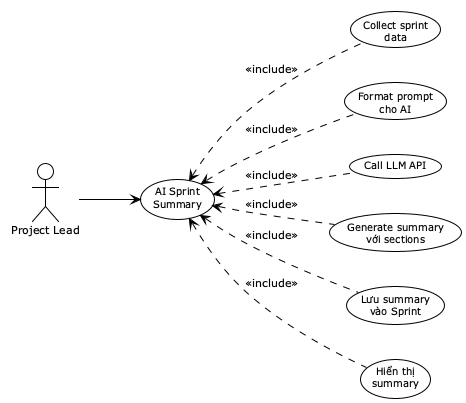
toantran292/datn keeps this PlantUML diagram as reports/dat-examples/report/images/uc06_1_ai_sprint_summary.png. Above is the earlier version. The source it was exported from:
```plantuml
@startuml
!theme plain
skinparam defaultFontSize 11
skinparam usecaseFontSize 10

left to right direction

actor "Project Lead" as PL

usecase "AI Sprint\nSummary" as UC_Summary
usecase "Collect sprint\ndata" as UC_CollectData
usecase "Format prompt\ncho AI" as UC_FormatPrompt
usecase "Call LLM API" as UC_CallAPI
usecase "Generate summary\nvới sections" as UC_GenSummary
usecase "Lưu summary\nvào Sprint" as UC_SaveSummary
usecase "Hiển thị\nsummary" as UC_ShowSummary

PL --> UC_Summary

UC_CollectData .up.> UC_Summary : <<include>>
UC_FormatPrompt .up.> UC_Summary : <<include>>
UC_CallAPI .up.> UC_Summary : <<include>>
UC_GenSummary .up.> UC_Summary : <<include>>
UC_SaveSummary .up.> UC_Summary : <<include>>
UC_ShowSummary .up.> UC_Summary : <<include>>

@enduml
```
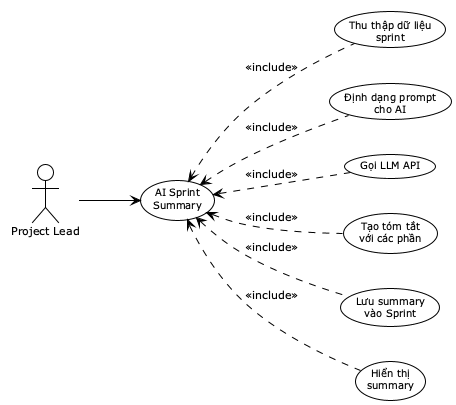
Above is the later version.

The edit, as a diff of the source:
```diff
@@ -8,10 +8,10 @@
 actor "Project Lead" as PL
 
 usecase "AI Sprint\nSummary" as UC_Summary
-usecase "Collect sprint\ndata" as UC_CollectData
-usecase "Format prompt\ncho AI" as UC_FormatPrompt
-usecase "Call LLM API" as UC_CallAPI
-usecase "Generate summary\nvới sections" as UC_GenSummary
+usecase "Thu thập dữ liệu\nsprint" as UC_CollectData
+usecase "Định dạng prompt\ncho AI" as UC_FormatPrompt
+usecase "Gọi LLM API" as UC_CallAPI
+usecase "Tạo tóm tắt\nvới các phần" as UC_GenSummary
 usecase "Lưu summary\nvào Sprint" as UC_SaveSummary
 usecase "Hiển thị\nsummary" as UC_ShowSummary
 
```
